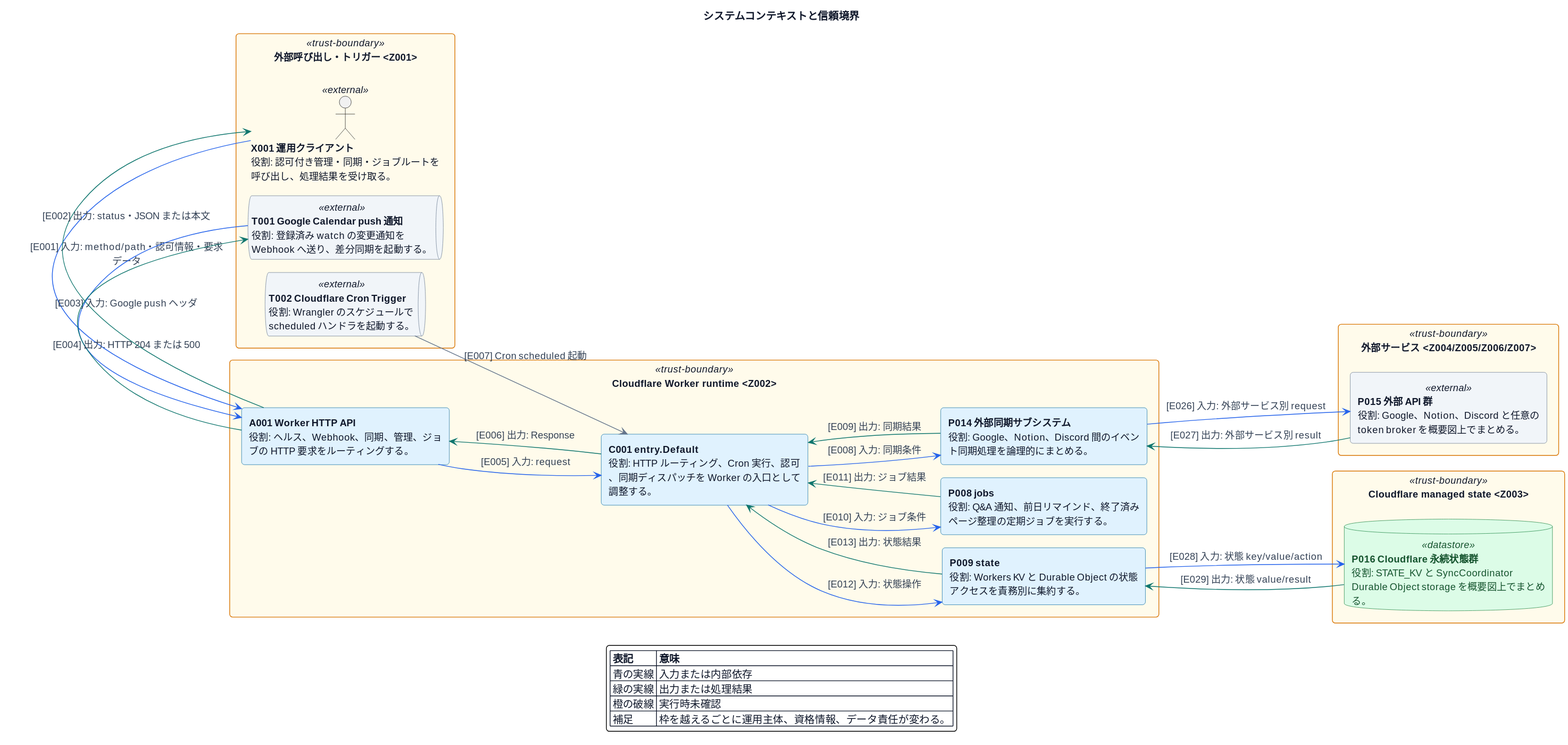
This is docs/architecture/plantuml/rendered/01-context-trust.svg from ichipiro/IE_Event_Bot, a PlantUML export, as it was before one commit. Source of this version:
```plantuml
@startuml
!include _shared/style.puml
title システムコンテキストと信頼境界
!pragma layout smetana
left to right direction
package "外部呼び出し・トリガー <Z001>" <<trust-boundary>> {
  actor "<b>X001 運用クライアント</b>\n役割: 認可付き管理・同期・ジョブルートを呼び出し、処理結果を受け取る。" as X001 <<external>>
  queue "<b>T001 Google Calendar push 通知</b>\n役割: 登録済み watch の変更通知を Webhook へ送り、差分同期を起動する。" as T001 <<external>>
  queue "<b>T002 Cloudflare Cron Trigger</b>\n役割: Wrangler のスケジュールで scheduled ハンドラを起動する。" as T002 <<external>>
}
package "Cloudflare Worker runtime <Z002>" <<trust-boundary>> {
  component "<b>A001 Worker HTTP API</b>\n役割: ヘルス、Webhook、同期、管理、ジョブの HTTP 要求をルーティングする。" as A001
  component "<b>C001 entry.Default</b>\n役割: HTTP ルーティング、Cron 実行、認可、同期ディスパッチを Worker の入口として調整する。" as C001
  component "<b>P014 外部同期サブシステム</b>\n役割: Google、Notion、Discord 間のイベント同期処理を論理的にまとめる。" as P014
  component "<b>P008 jobs</b>\n役割: Q&A 通知、前日リマインド、終了済みページ整理の定期ジョブを実行する。" as P008
  component "<b>P009 state</b>\n役割: Workers KV と Durable Object の状態アクセスを責務別に集約する。" as P009
}
package "Cloudflare managed state <Z003>" <<trust-boundary>> {
  database "<b>P016 Cloudflare 永続状態群</b>\n役割: STATE_KV と SyncCoordinator Durable Object storage を概要図上でまとめる。" as P016 <<datastore>>
}
package "外部サービス <Z004/Z005/Z006/Z007>" <<trust-boundary>> {
  component "<b>P015 外部 API 群</b>\n役割: Google、Notion、Discord と任意の token broker を概要図上でまとめる。" as P015 <<external>>
}
X001 -[#2563EB]-> A001 : [E001] 入力: method/path・認可情報・要求データ
A001 -[#0F766E]-> X001 : [E002] 出力: status・JSON または本文
T001 -[#2563EB]-> A001 : [E003] 入力: Google push ヘッダ
A001 -[#0F766E]-> T001 : [E004] 出力: HTTP 204 または 500
T002 -[#64748B]-> C001 : [E007] Cron scheduled 起動
A001 -[#2563EB]-> C001 : [E005] 入力: request
C001 -[#0F766E]-> A001 : [E006] 出力: Response
C001 -[#2563EB]-> P014 : [E008] 入力: 同期条件
P014 -[#0F766E]-> C001 : [E009] 出力: 同期結果
C001 -[#2563EB]-> P008 : [E010] 入力: ジョブ条件
P008 -[#0F766E]-> C001 : [E011] 出力: ジョブ結果
C001 -[#2563EB]-> P009 : [E012] 入力: 状態操作
P009 -[#0F766E]-> C001 : [E013] 出力: 状態結果
P009 -[#2563EB]-> P016 : [E028] 入力: 状態 key/value/action
P016 -[#0F766E]-> P009 : [E029] 出力: 状態 value/result
P014 -[#2563EB]-> P015 : [E026] 入力: 外部サービス別 request
P015 -[#0F766E]-> P014 : [E027] 出力: 外部サービス別 result
legend bottom
  |= 表記 |= 意味 |
  | 青の実線 | 入力または内部依存 |
  | 緑の実線 | 出力または処理結果 |
  | 橙の破線 | 実行時未確認 |
  | 補足 | 枠を越えるごとに運用主体、資格情報、データ責任が変わる。 |
endlegend
@enduml
```
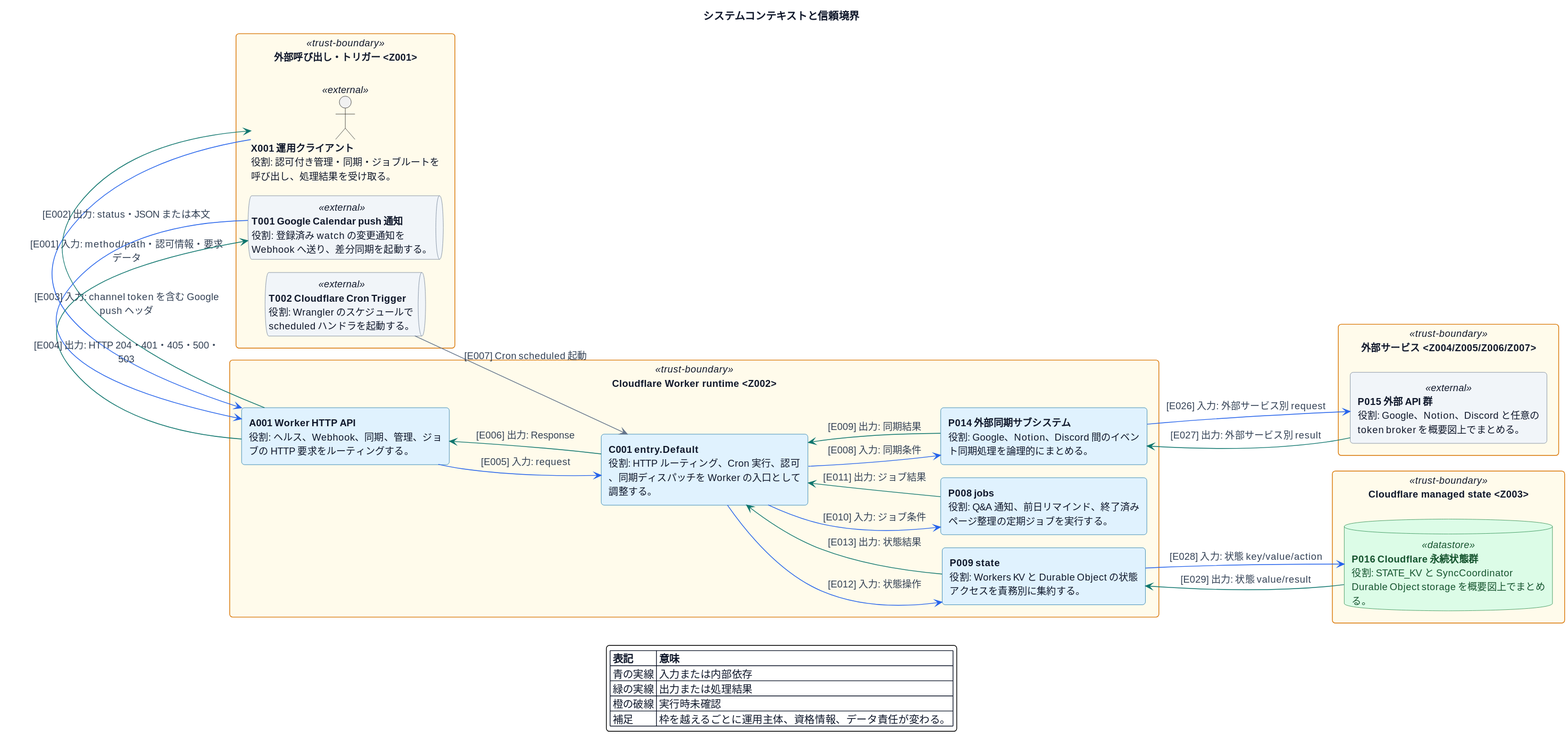
Above is the later version.

The edit, as a diff of the source:
```diff
@@ -23,8 +23,8 @@
 }
 X001 -[#2563EB]-> A001 : [E001] 入力: method/path・認可情報・要求データ
 A001 -[#0F766E]-> X001 : [E002] 出力: status・JSON または本文
-T001 -[#2563EB]-> A001 : [E003] 入力: Google push ヘッダ
-A001 -[#0F766E]-> T001 : [E004] 出力: HTTP 204 または 500
+T001 -[#2563EB]-> A001 : [E003] 入力: channel token を含む Google push ヘッダ
+A001 -[#0F766E]-> T001 : [E004] 出力: HTTP 204・401・405・500・503
 T002 -[#64748B]-> C001 : [E007] Cron scheduled 起動
 A001 -[#2563EB]-> C001 : [E005] 入力: request
 C001 -[#0F766E]-> A001 : [E006] 出力: Response
```
